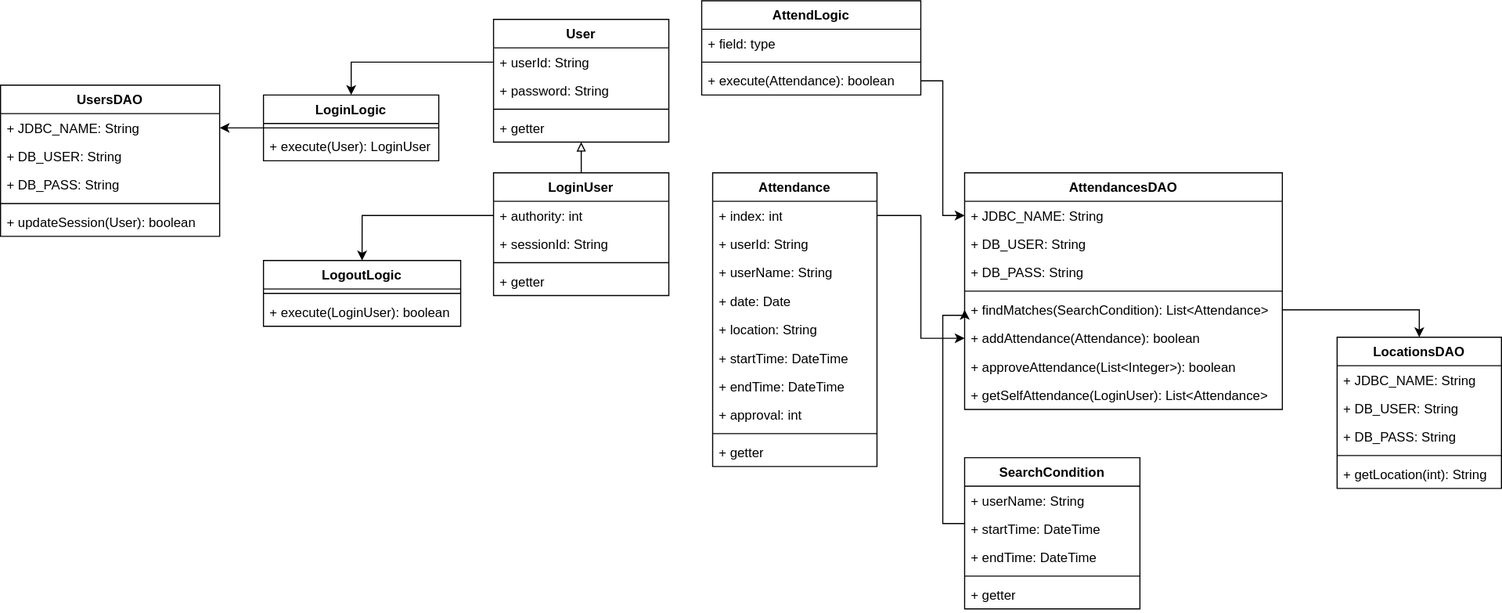
This is クラス図.svg from hokuto-fukura/software_engineering, a draw.io export, as it was before one commit. Source tidied: cells renumbered, new cells last; positions are measured from the earlier drawing's top-left corner, leaving out a move shared by most shapes.
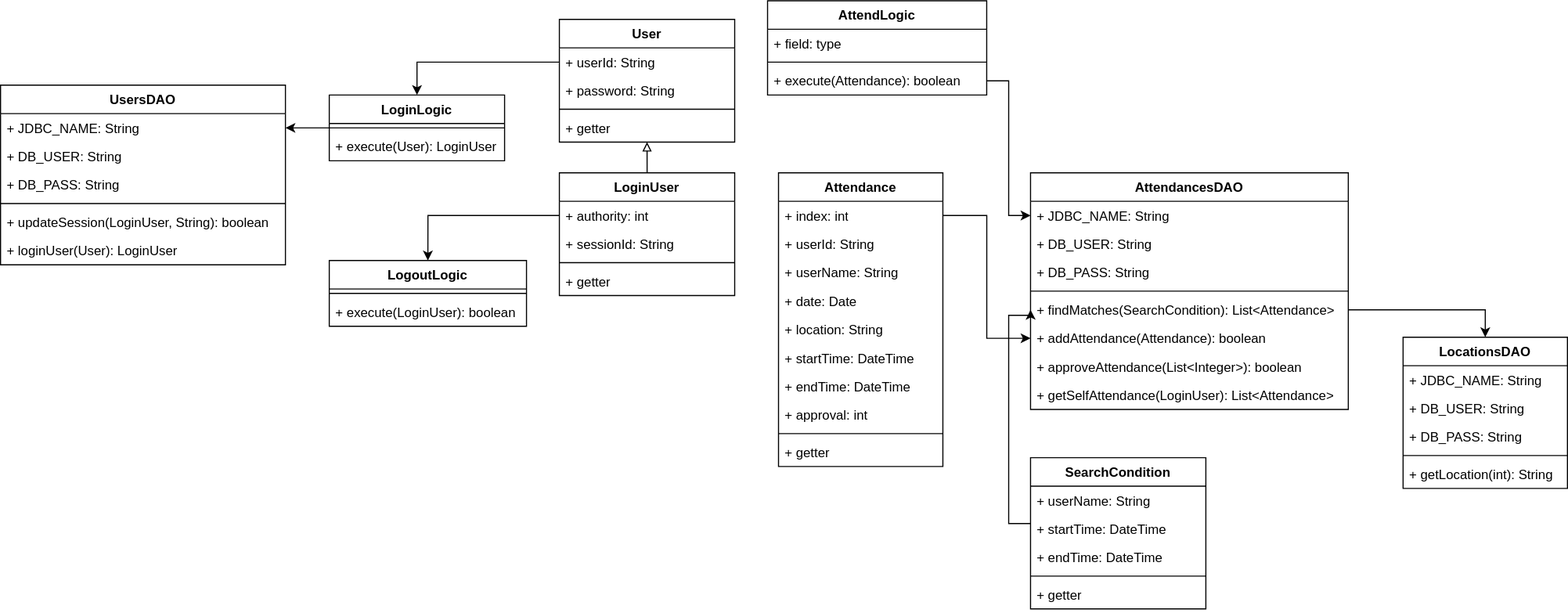
Above is the later version.

Commit message:
クラス図.svg を更新します

What changed in the source:
```diff
@@ -147,23 +147,26 @@
       <mxGeometry y="34" width="180" height="26" as="geometry" />
     </mxCell>
     <mxCell id="48" value="UsersDAO" style="swimlane;fontStyle=1;align=center;verticalAlign=top;horizontal=1;startSize=26;whiteSpace=wrap;html=1;" parent="1" vertex="1">
-      <mxGeometry y="77" width="200" height="138" as="geometry" />
+      <mxGeometry x="-60" y="77" width="260" height="164" as="geometry" />
     </mxCell>
     <mxCell id="49" value="+ JDBC_NAME: String" style="text;strokeColor=none;fillColor=none;align=left;verticalAlign=top;spacingLeft=4;spacingRight=4;overflow=hidden;points=[[0,0.5],[1,0.5]];portConstraint=eastwest;whiteSpace=wrap;html=1;" parent="48" vertex="1">
-      <mxGeometry y="26" width="200" height="26" as="geometry" />
+      <mxGeometry y="26" width="260" height="26" as="geometry" />
     </mxCell>
     <mxCell id="50" value="+ DB_USER: String" style="text;strokeColor=none;fillColor=none;align=left;verticalAlign=top;spacingLeft=4;spacingRight=4;overflow=hidden;whiteSpace=wrap;html=1;" parent="48" vertex="1">
-      <mxGeometry y="52" width="200" height="26" as="geometry" />
+      <mxGeometry y="52" width="260" height="26" as="geometry" />
     </mxCell>
     <mxCell id="51" value="+ DB_PASS: String" style="text;strokeColor=none;fillColor=none;align=left;verticalAlign=top;spacingLeft=4;spacingRight=4;overflow=hidden;whiteSpace=wrap;html=1;" parent="48" vertex="1">
-      <mxGeometry y="78" width="200" height="26" as="geometry" />
+      <mxGeometry y="78" width="260" height="26" as="geometry" />
     </mxCell>
     <mxCell id="52" style="line;strokeWidth=1;fillColor=none;align=left;verticalAlign=middle;spacingTop=-1;spacingLeft=3;spacingRight=3;labelPosition=right;strokeColor=inherit;" parent="48" vertex="1">
-      <mxGeometry y="104" width="200" height="8" as="geometry" />
+      <mxGeometry y="104" width="260" height="8" as="geometry" />
     </mxCell>
-    <mxCell id="53" value="+ updateSession(User): boolean" style="text;strokeColor=none;fillColor=none;align=left;verticalAlign=top;spacingLeft=4;spacingRight=4;overflow=hidden;whiteSpace=wrap;html=1;" parent="48" vertex="1">
-      <mxGeometry y="112" width="200" height="26" as="geometry" />
+    <mxCell id="53" value="+ updateSession(LoginUser, String): boolean" style="text;strokeColor=none;fillColor=none;align=left;verticalAlign=top;spacingLeft=4;spacingRight=4;overflow=hidden;whiteSpace=wrap;html=1;" parent="48" vertex="1">
+      <mxGeometry y="112" width="260" height="26" as="geometry" />
     </mxCell>
+    <mxCell id="68" value="+ loginUser(User): LoginUser" style="text;strokeColor=none;fillColor=none;align=left;verticalAlign=top;spacingLeft=4;spacingRight=4;overflow=hidden;whiteSpace=wrap;html=1;" parent="48" vertex="1">
+      <mxGeometry y="138" width="260" height="26" as="geometry" />
+    </mxCell>
     <mxCell id="54" style="edgeStyle=orthogonalEdgeStyle;rounded=0;jettySize=auto;html=1;" parent="1" edge="1" source="39" target="35">
       <mxGeometry relative="1" as="geometry" />
     </mxCell>
```
